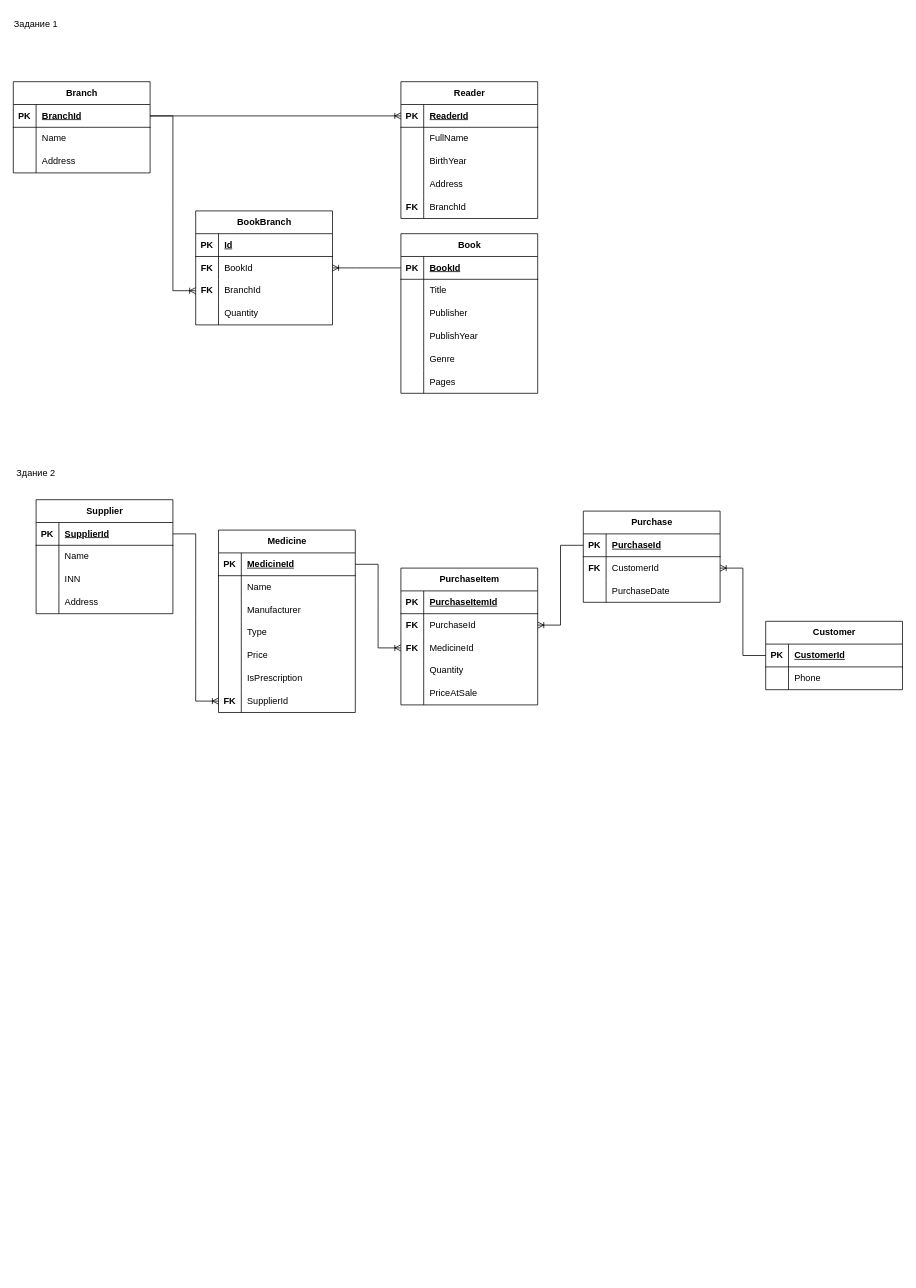
This is задание_7_эля.drawio from lasm16/Diagrams, a draw.io file, before an edit. Source tidied: cells renumbered, new cells numbered last; positions are measured from the earlier drawing's top-left corner, leaving out a move shared by most shapes. Both pictures are drawn from the tidied source at 76%, with x=0, y=0 at pixel (13, 13).
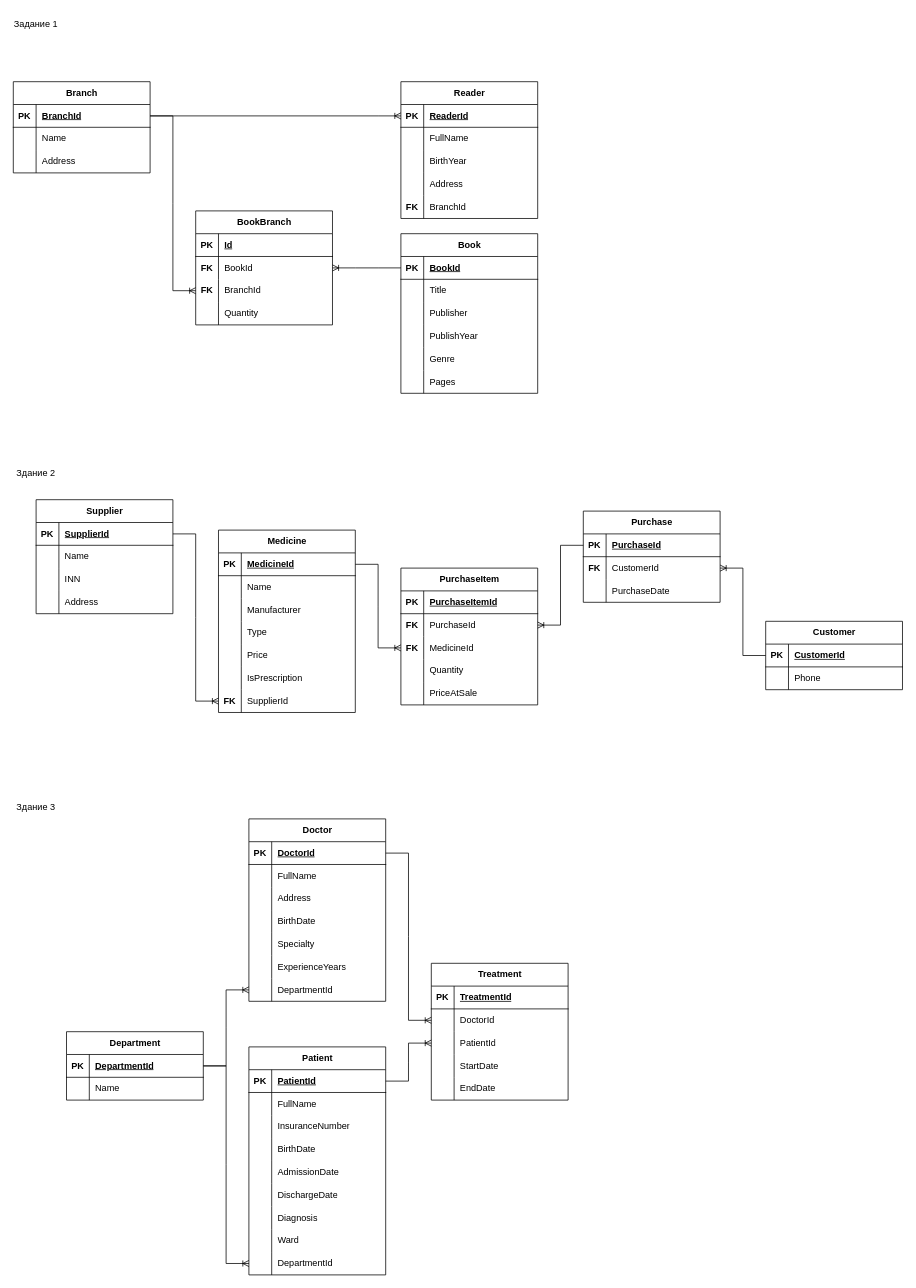
The same page after the edit.

What changed in the source:
```diff
@@
+    <mxCell id="137" value="Здание 3" style="text;html=1;whiteSpace=wrap;strokeColor=none;fillColor=none;align=center;verticalAlign=middle;rounded=0;" parent="1" vertex="1">
+      <mxGeometry y="1030" width="60" height="30" as="geometry" />
+    </mxCell>
+    <mxCell id="138" value="Department" style="shape=table;startSize=30;childLayout=tableLayout;rowLines=0;fontStyle=1;align=center;html=1;" parent="1" vertex="1">
+      <mxGeometry x="70" y="1340" width="180" height="90" as="geometry" />
+    </mxCell>
+    <mxCell id="139" style="shape=tableRow;horizontal=0;startSize=0;swimlaneHead=0;swimlaneBody=0;fillColor=none;points=[[0,0.5],[1,0.5]];portConstraint=eastwest;top=0;left=0;right=0;bottom=1;" parent="138" vertex="1">
+      <mxGeometry y="30" width="180" height="30" as="geometry" />
+    </mxCell>
+    <mxCell id="140" value="PK" style="shape=partialRectangle;fillColor=none;top=0;left=0;bottom=0;right=0;fontStyle=1;overflow=hidden;whiteSpace=wrap;html=1;" parent="139" vertex="1">
+      <mxGeometry width="30" height="30" as="geometry" />
+    </mxCell>
+    <mxCell id="141" value="DepartmentId " style="shape=partialRectangle;fillColor=none;top=0;left=0;bottom=0;right=0;align=left;spacingLeft=6;fontStyle=5;overflow=hidden;whiteSpace=wrap;html=1;" parent="139" vertex="1">
+      <mxGeometry x="30" width="150" height="30" as="geometry" />
+    </mxCell>
+    <mxCell id="142" style="shape=tableRow;horizontal=0;startSize=0;swimlaneHead=0;swimlaneBody=0;fillColor=none;top=0;left=0;right=0;bottom=0;" parent="138" vertex="1">
+      <mxGeometry y="60" width="180" height="30" as="geometry" />
+    </mxCell>
+    <mxCell id="143" style="shape=partialRectangle;fillColor=none;top=0;left=0;bottom=0;right=0;overflow=hidden;whiteSpace=wrap;html=1;" parent="142" vertex="1">
+      <mxGeometry width="30" height="30" as="geometry" />
+    </mxCell>
+    <mxCell id="144" value="Name" style="shape=partialRectangle;fillColor=none;top=0;left=0;bottom=0;right=0;align=left;spacingLeft=6;overflow=hidden;whiteSpace=wrap;html=1;" parent="142" vertex="1">
+      <mxGeometry x="30" width="150" height="30" as="geometry" />
+    </mxCell>
+    <mxCell id="145" value="Doctor" style="shape=table;startSize=30;childLayout=tableLayout;rowLines=0;fontStyle=1;align=center;html=1;" parent="1" vertex="1">
+      <mxGeometry x="310" y="1060" width="180" height="240" as="geometry" />
+    </mxCell>
+    <mxCell id="146" style="shape=tableRow;horizontal=0;startSize=0;swimlaneHead=0;swimlaneBody=0;fillColor=none;points=[[0,0.5],[1,0.5]];portConstraint=eastwest;top=0;left=0;right=0;bottom=1;" parent="145" vertex="1">
+      <mxGeometry y="30" width="180" height="30" as="geometry" />
+    </mxCell>
+    <mxCell id="147" value="PK" style="shape=partialRectangle;fillColor=none;top=0;left=0;bottom=0;right=0;fontStyle=1;overflow=hidden;whiteSpace=wrap;html=1;" parent="146" vertex="1">
+      <mxGeometry width="30" height="30" as="geometry" />
+    </mxCell>
+    <mxCell id="148" value="DoctorId" style="shape=partialRectangle;fillColor=none;top=0;left=0;bottom=0;right=0;align=left;spacingLeft=6;fontStyle=5;overflow=hidden;whiteSpace=wrap;html=1;" parent="146" vertex="1">
+      <mxGeometry x="30" width="150" height="30" as="geometry" />
+    </mxCell>
+    <mxCell id="149" style="shape=tableRow;horizontal=0;startSize=0;swimlaneHead=0;swimlaneBody=0;fillColor=none;top=0;left=0;right=0;bottom=0;" parent="145" vertex="1">
+      <mxGeometry y="60" width="180" height="30" as="geometry" />
+    </mxCell>
+    <mxCell id="150" style="shape=partialRectangle;fillColor=none;top=0;left=0;bottom=0;right=0;overflow=hidden;whiteSpace=wrap;html=1;" parent="149" vertex="1">
+      <mxGeometry width="30" height="30" as="geometry" />
+    </mxCell>
+    <mxCell id="151" value="FullName" style="shape=partialRectangle;fillColor=none;top=0;left=0;bottom=0;right=0;align=left;spacingLeft=6;overflow=hidden;whiteSpace=wrap;html=1;" parent="149" vertex="1">
+      <mxGeometry x="30" width="150" height="30" as="geometry" />
+    </mxCell>
+    <mxCell id="152" style="shape=tableRow;horizontal=0;startSize=0;swimlaneHead=0;swimlaneBody=0;fillColor=none;top=0;left=0;right=0;bottom=0;" parent="145" vertex="1">
+      <mxGeometry y="90" width="180" height="30" as="geometry" />
+    </mxCell>
+    <mxCell id="153" style="shape=partialRectangle;fillColor=none;top=0;left=0;bottom=0;right=0;overflow=hidden;whiteSpace=wrap;html=1;" parent="152" vertex="1">
+      <mxGeometry width="30" height="30" as="geometry" />
+    </mxCell>
+    <mxCell id="154" value="Address" style="shape=partialRectangle;fillColor=none;top=0;left=0;bottom=0;right=0;align=left;spacingLeft=6;overflow=hidden;whiteSpace=wrap;html=1;" parent="152" vertex="1">
+      <mxGeometry x="30" width="150" height="30" as="geometry" />
+    </mxCell>
+    <mxCell id="155" style="shape=tableRow;horizontal=0;startSize=0;swimlaneHead=0;swimlaneBody=0;fillColor=none;top=0;left=0;right=0;bottom=0;" parent="145" vertex="1">
+      <mxGeometry y="120" width="180" height="30" as="geometry" />
+    </mxCell>
+    <mxCell id="156" style="shape=partialRectangle;fillColor=none;top=0;left=0;bottom=0;right=0;overflow=hidden;whiteSpace=wrap;html=1;" parent="155" vertex="1">
+      <mxGeometry width="30" height="30" as="geometry" />
+    </mxCell>
+    <mxCell id="157" value="BirthDate" style="shape=partialRectangle;fillColor=none;top=0;left=0;bottom=0;right=0;align=left;spacingLeft=6;overflow=hidden;whiteSpace=wrap;html=1;" parent="155" vertex="1">
+      <mxGeometry x="30" width="150" height="30" as="geometry" />
+    </mxCell>
+    <mxCell id="158" style="shape=tableRow;horizontal=0;startSize=0;swimlaneHead=0;swimlaneBody=0;fillColor=none;top=0;left=0;right=0;bottom=0;" parent="145" vertex="1">
+      <mxGeometry y="150" width="180" height="30" as="geometry" />
+    </mxCell>
+    <mxCell id="159" style="shape=partialRectangle;fillColor=none;top=0;left=0;bottom=0;right=0;overflow=hidden;whiteSpace=wrap;html=1;" parent="158" vertex="1">
+      <mxGeometry width="30" height="30" as="geometry" />
+    </mxCell>
+    <mxCell id="160" value="Specialty" style="shape=partialRectangle;fillColor=none;top=0;left=0;bottom=0;right=0;align=left;spacingLeft=6;overflow=hidden;whiteSpace=wrap;html=1;" parent="158" vertex="1">
+      <mxGeometry x="30" width="150" height="30" as="geometry" />
+    </mxCell>
+    <mxCell id="161" style="shape=tableRow;horizontal=0;startSize=0;swimlaneHead=0;swimlaneBody=0;fillColor=none;top=0;left=0;right=0;bottom=0;" parent="145" vertex="1">
+      <mxGeometry y="180" width="180" height="30" as="geometry" />
+    </mxCell>
+    <mxCell id="162" style="shape=partialRectangle;fillColor=none;top=0;left=0;bottom=0;right=0;overflow=hidden;whiteSpace=wrap;html=1;" parent="161" vertex="1">
+      <mxGeometry width="30" height="30" as="geometry" />
+    </mxCell>
+    <mxCell id="163" value="ExperienceYears" style="shape=partialRectangle;fillColor=none;top=0;left=0;bottom=0;right=0;align=left;spacingLeft=6;overflow=hidden;whiteSpace=wrap;html=1;" parent="161" vertex="1">
+      <mxGeometry x="30" width="150" height="30" as="geometry" />
+    </mxCell>
+    <mxCell id="164" style="shape=tableRow;horizontal=0;startSize=0;swimlaneHead=0;swimlaneBody=0;fillColor=none;points=[[0,0.5],[1,0.5]];portConstraint=eastwest;top=0;left=0;right=0;bottom=0;" parent="145" vertex="1">
+      <mxGeometry y="210" width="180" height="30" as="geometry" />
+    </mxCell>
+    <mxCell id="165" style="shape=partialRectangle;fillColor=none;top=0;left=0;bottom=0;right=0;overflow=hidden;whiteSpace=wrap;html=1;" parent="164" vertex="1">
+      <mxGeometry width="30" height="30" as="geometry" />
+    </mxCell>
+    <mxCell id="166" value="DepartmentId&amp;nbsp;" style="shape=partialRectangle;fillColor=none;top=0;left=0;bottom=0;right=0;align=left;spacingLeft=6;overflow=hidden;whiteSpace=wrap;html=1;" parent="164" vertex="1">
+      <mxGeometry x="30" width="150" height="30" as="geometry" />
+    </mxCell>
+    <mxCell id="167" value="Patient" style="shape=table;startSize=30;childLayout=tableLayout;rowLines=0;fontStyle=1;align=center;html=1;" parent="1" vertex="1">
+      <mxGeometry x="310" y="1360" width="180" height="300" as="geometry" />
+    </mxCell>
+    <mxCell id="168" style="shape=tableRow;horizontal=0;startSize=0;swimlaneHead=0;swimlaneBody=0;fillColor=none;points=[[0,0.5],[1,0.5]];portConstraint=eastwest;top=0;left=0;right=0;bottom=1;" parent="167" vertex="1">
+      <mxGeometry y="30" width="180" height="30" as="geometry" />
+    </mxCell>
+    <mxCell id="169" value="PK" style="shape=partialRectangle;fillColor=none;top=0;left=0;bottom=0;right=0;fontStyle=1;overflow=hidden;whiteSpace=wrap;html=1;" parent="168" vertex="1">
+      <mxGeometry width="30" height="30" as="geometry" />
+    </mxCell>
+    <mxCell id="170" value="PatientId " style="shape=partialRectangle;fillColor=none;top=0;left=0;bottom=0;right=0;align=left;spacingLeft=6;fontStyle=5;overflow=hidden;whiteSpace=wrap;html=1;" parent="168" vertex="1">
+      <mxGeometry x="30" width="150" height="30" as="geometry" />
+    </mxCell>
+    <mxCell id="171" style="shape=tableRow;horizontal=0;startSize=0;swimlaneHead=0;swimlaneBody=0;fillColor=none;top=0;left=0;right=0;bottom=0;" parent="167" vertex="1">
+      <mxGeometry y="60" width="180" height="30" as="geometry" />
+    </mxCell>
+    <mxCell id="172" style="shape=partialRectangle;fillColor=none;top=0;left=0;bottom=0;right=0;overflow=hidden;whiteSpace=wrap;html=1;" parent="171" vertex="1">
+      <mxGeometry width="30" height="30" as="geometry" />
+    </mxCell>
+    <mxCell id="173" value="FullName" style="shape=partialRectangle;fillColor=none;top=0;left=0;bottom=0;right=0;align=left;spacingLeft=6;overflow=hidden;whiteSpace=wrap;html=1;" parent="171" vertex="1">
+      <mxGeometry x="30" width="150" height="30" as="geometry" />
+    </mxCell>
+    <mxCell id="174" style="shape=tableRow;horizontal=0;startSize=0;swimlaneHead=0;swimlaneBody=0;fillColor=none;top=0;left=0;right=0;bottom=0;" parent="167" vertex="1">
+      <mxGeometry y="90" width="180" height="30" as="geometry" />
+    </mxCell>
+    <mxCell id="175" style="shape=partialRectangle;fillColor=none;top=0;left=0;bottom=0;right=0;overflow=hidden;whiteSpace=wrap;html=1;" parent="174" vertex="1">
+      <mxGeometry width="30" height="30" as="geometry" />
+    </mxCell>
+    <mxCell id="176" value="InsuranceNumber" style="shape=partialRectangle;fillColor=none;top=0;left=0;bottom=0;right=0;align=left;spacingLeft=6;overflow=hidden;whiteSpace=wrap;html=1;" parent="174" vertex="1">
+      <mxGeometry x="30" width="150" height="30" as="geometry" />
+    </mxCell>
+    <mxCell id="177" style="shape=tableRow;horizontal=0;startSize=0;swimlaneHead=0;swimlaneBody=0;fillColor=none;top=0;left=0;right=0;bottom=0;" parent="167" vertex="1">
+      <mxGeometry y="120" width="180" height="30" as="geometry" />
+    </mxCell>
+    <mxCell id="178" style="shape=partialRectangle;fillColor=none;top=0;left=0;bottom=0;right=0;overflow=hidden;whiteSpace=wrap;html=1;" parent="177" vertex="1">
+      <mxGeometry width="30" height="30" as="geometry" />
+    </mxCell>
+    <mxCell id="179" value="BirthDate" style="shape=partialRectangle;fillColor=none;top=0;left=0;bottom=0;right=0;align=left;spacingLeft=6;overflow=hidden;whiteSpace=wrap;html=1;" parent="177" vertex="1">
+      <mxGeometry x="30" width="150" height="30" as="geometry" />
+    </mxCell>
+    <mxCell id="180" style="shape=tableRow;horizontal=0;startSize=0;swimlaneHead=0;swimlaneBody=0;fillColor=none;top=0;left=0;right=0;bottom=0;" parent="167" vertex="1">
+      <mxGeometry y="150" width="180" height="30" as="geometry" />
+    </mxCell>
+    <mxCell id="181" style="shape=partialRectangle;fillColor=none;top=0;left=0;bottom=0;right=0;overflow=hidden;whiteSpace=wrap;html=1;" parent="180" vertex="1">
+      <mxGeometry width="30" height="30" as="geometry" />
+    </mxCell>
+    <mxCell id="182" value="AdmissionDate" style="shape=partialRectangle;fillColor=none;top=0;left=0;bottom=0;right=0;align=left;spacingLeft=6;overflow=hidden;whiteSpace=wrap;html=1;" parent="180" vertex="1">
+      <mxGeometry x="30" width="150" height="30" as="geometry" />
+    </mxCell>
+    <mxCell id="183" style="shape=tableRow;horizontal=0;startSize=0;swimlaneHead=0;swimlaneBody=0;fillColor=none;top=0;left=0;right=0;bottom=0;" parent="167" vertex="1">
+      <mxGeometry y="180" width="180" height="30" as="geometry" />
+    </mxCell>
+    <mxCell id="184" style="shape=partialRectangle;fillColor=none;top=0;left=0;bottom=0;right=0;overflow=hidden;whiteSpace=wrap;html=1;" parent="183" vertex="1">
+      <mxGeometry width="30" height="30" as="geometry" />
+    </mxCell>
+    <mxCell id="185" value="DischargeDate" style="shape=partialRectangle;fillColor=none;top=0;left=0;bottom=0;right=0;align=left;spacingLeft=6;overflow=hidden;whiteSpace=wrap;html=1;" parent="183" vertex="1">
+      <mxGeometry x="30" width="150" height="30" as="geometry" />
+    </mxCell>
+    <mxCell id="186" style="shape=tableRow;horizontal=0;startSize=0;swimlaneHead=0;swimlaneBody=0;fillColor=none;top=0;left=0;right=0;bottom=0;" parent="167" vertex="1">
+      <mxGeometry y="210" width="180" height="30" as="geometry" />
+    </mxCell>
+    <mxCell id="187" style="shape=partialRectangle;fillColor=none;top=0;left=0;bottom=0;right=0;overflow=hidden;whiteSpace=wrap;html=1;" parent="186" vertex="1">
+      <mxGeometry width="30" height="30" as="geometry" />
+    </mxCell>
+    <mxCell id="188" value="Diagnosis" style="shape=partialRectangle;fillColor=none;top=0;left=0;bottom=0;right=0;align=left;spacingLeft=6;overflow=hidden;whiteSpace=wrap;html=1;" parent="186" vertex="1">
+      <mxGeometry x="30" width="150" height="30" as="geometry" />
+    </mxCell>
+    <mxCell id="189" style="shape=tableRow;horizontal=0;startSize=0;swimlaneHead=0;swimlaneBody=0;fillColor=none;top=0;left=0;right=0;bottom=0;" parent="167" vertex="1">
+      <mxGeometry y="240" width="180" height="30" as="geometry" />
+    </mxCell>
+    <mxCell id="190" style="shape=partialRectangle;fillColor=none;top=0;left=0;bottom=0;right=0;overflow=hidden;whiteSpace=wrap;html=1;" parent="189" vertex="1">
+      <mxGeometry width="30" height="30" as="geometry" />
+    </mxCell>
+    <mxCell id="191" value="Ward" style="shape=partialRectangle;fillColor=none;top=0;left=0;bottom=0;right=0;align=left;spacingLeft=6;overflow=hidden;whiteSpace=wrap;html=1;" parent="189" vertex="1">
+      <mxGeometry x="30" width="150" height="30" as="geometry" />
+    </mxCell>
+    <mxCell id="192" style="shape=tableRow;horizontal=0;startSize=0;swimlaneHead=0;swimlaneBody=0;fillColor=none;points=[[0,0.5],[1,0.5]];portConstraint=eastwest;top=0;left=0;right=0;bottom=0;" parent="167" vertex="1">
+      <mxGeometry y="270" width="180" height="30" as="geometry" />
+    </mxCell>
+    <mxCell id="193" style="shape=partialRectangle;fillColor=none;top=0;left=0;bottom=0;right=0;overflow=hidden;whiteSpace=wrap;html=1;" parent="192" vertex="1">
+      <mxGeometry width="30" height="30" as="geometry" />
+    </mxCell>
+    <mxCell id="194" value="DepartmentId&amp;nbsp;" style="shape=partialRectangle;fillColor=none;top=0;left=0;bottom=0;right=0;align=left;spacingLeft=6;overflow=hidden;whiteSpace=wrap;html=1;" parent="192" vertex="1">
+      <mxGeometry x="30" width="150" height="30" as="geometry" />
+    </mxCell>
+    <mxCell id="195" value="Treatment" style="shape=table;startSize=30;childLayout=tableLayout;rowLines=0;fontStyle=1;align=center;html=1;" parent="1" vertex="1">
+      <mxGeometry x="550" y="1250" width="180" height="180" as="geometry" />
+    </mxCell>
+    <mxCell id="196" style="shape=tableRow;horizontal=0;startSize=0;swimlaneHead=0;swimlaneBody=0;fillColor=none;top=0;left=0;right=0;bottom=1;" parent="195" vertex="1">
+      <mxGeometry y="30" width="180" height="30" as="geometry" />
+    </mxCell>
+    <mxCell id="197" value="PK" style="shape=partialRectangle;fillColor=none;top=0;left=0;bottom=0;right=0;fontStyle=1;overflow=hidden;whiteSpace=wrap;html=1;" parent="196" vertex="1">
+      <mxGeometry width="30" height="30" as="geometry" />
+    </mxCell>
+    <mxCell id="198" value="TreatmentId " style="shape=partialRectangle;fillColor=none;top=0;left=0;bottom=0;right=0;align=left;spacingLeft=6;fontStyle=5;overflow=hidden;whiteSpace=wrap;html=1;" parent="196" vertex="1">
+      <mxGeometry x="30" width="150" height="30" as="geometry" />
+    </mxCell>
+    <mxCell id="199" style="shape=tableRow;horizontal=0;startSize=0;swimlaneHead=0;swimlaneBody=0;fillColor=none;points=[[0,0.5],[1,0.5]];portConstraint=eastwest;top=0;left=0;right=0;bottom=0;" parent="195" vertex="1">
+      <mxGeometry y="60" width="180" height="30" as="geometry" />
+    </mxCell>
+    <mxCell id="200" style="shape=partialRectangle;fillColor=none;top=0;left=0;bottom=0;right=0;overflow=hidden;whiteSpace=wrap;html=1;" parent="199" vertex="1">
+      <mxGeometry width="30" height="30" as="geometry" />
+    </mxCell>
+    <mxCell id="201" value="DoctorId " style="shape=partialRectangle;fillColor=none;top=0;left=0;bottom=0;right=0;align=left;spacingLeft=6;overflow=hidden;whiteSpace=wrap;html=1;" parent="199" vertex="1">
+      <mxGeometry x="30" width="150" height="30" as="geometry" />
+    </mxCell>
+    <mxCell id="202" style="shape=tableRow;horizontal=0;startSize=0;swimlaneHead=0;swimlaneBody=0;fillColor=none;points=[[0,0.5],[1,0.5]];portConstraint=eastwest;top=0;left=0;right=0;bottom=0;" parent="195" vertex="1">
+      <mxGeometry y="90" width="180" height="30" as="geometry" />
+    </mxCell>
+    <mxCell id="203" style="shape=partialRectangle;fillColor=none;top=0;left=0;bottom=0;right=0;overflow=hidden;whiteSpace=wrap;html=1;" parent="202" vertex="1">
+      <mxGeometry width="30" height="30" as="geometry" />
+    </mxCell>
+    <mxCell id="204" value="PatientId " style="shape=partialRectangle;fillColor=none;top=0;left=0;bottom=0;right=0;align=left;spacingLeft=6;overflow=hidden;whiteSpace=wrap;html=1;" parent="202" vertex="1">
+      <mxGeometry x="30" width="150" height="30" as="geometry" />
+    </mxCell>
+    <mxCell id="205" style="shape=tableRow;horizontal=0;startSize=0;swimlaneHead=0;swimlaneBody=0;fillColor=none;top=0;left=0;right=0;bottom=0;" parent="195" vertex="1">
+      <mxGeometry y="120" width="180" height="30" as="geometry" />
+    </mxCell>
+    <mxCell id="206" style="shape=partialRectangle;fillColor=none;top=0;left=0;bottom=0;right=0;overflow=hidden;whiteSpace=wrap;html=1;" parent="205" vertex="1">
+      <mxGeometry width="30" height="30" as="geometry" />
+    </mxCell>
+    <mxCell id="207" value="StartDate" style="shape=partialRectangle;fillColor=none;top=0;left=0;bottom=0;right=0;align=left;spacingLeft=6;overflow=hidden;whiteSpace=wrap;html=1;" parent="205" vertex="1">
+      <mxGeometry x="30" width="150" height="30" as="geometry" />
+    </mxCell>
+    <mxCell id="208" style="shape=tableRow;horizontal=0;startSize=0;swimlaneHead=0;swimlaneBody=0;fillColor=none;top=0;left=0;right=0;bottom=0;" parent="195" vertex="1">
+      <mxGeometry y="150" width="180" height="30" as="geometry" />
+    </mxCell>
+    <mxCell id="209" style="shape=partialRectangle;fillColor=none;top=0;left=0;bottom=0;right=0;overflow=hidden;whiteSpace=wrap;html=1;" parent="208" vertex="1">
+      <mxGeometry width="30" height="30" as="geometry" />
+    </mxCell>
+    <mxCell id="210" value="EndDate" style="shape=partialRectangle;fillColor=none;top=0;left=0;bottom=0;right=0;align=left;spacingLeft=6;overflow=hidden;whiteSpace=wrap;html=1;" parent="208" vertex="1">
+      <mxGeometry x="30" width="150" height="30" as="geometry" />
+    </mxCell>
+    <mxCell id="211" style="edgeStyle=entityRelationEdgeStyle;fontSize=12;html=1;endArrow=ERoneToMany;rounded=0;" parent="1" edge="1" source="139" target="164">
+      <mxGeometry relative="1" as="geometry" />
+    </mxCell>
+    <mxCell id="212" style="edgeStyle=entityRelationEdgeStyle;fontSize=12;html=1;endArrow=ERoneToMany;rounded=0;" parent="1" edge="1" source="146" target="199">
+      <mxGeometry relative="1" as="geometry" />
+    </mxCell>
+    <mxCell id="213" style="edgeStyle=entityRelationEdgeStyle;fontSize=12;html=1;endArrow=ERoneToMany;rounded=0;" parent="1" edge="1" source="168" target="202">
+      <mxGeometry relative="1" as="geometry" />
+    </mxCell>
+    <mxCell id="214" style="edgeStyle=entityRelationEdgeStyle;fontSize=12;html=1;endArrow=ERoneToMany;rounded=0;" parent="1" edge="1" source="139" target="192">
+      <mxGeometry relative="1" as="geometry" />
+    </mxCell>
```
